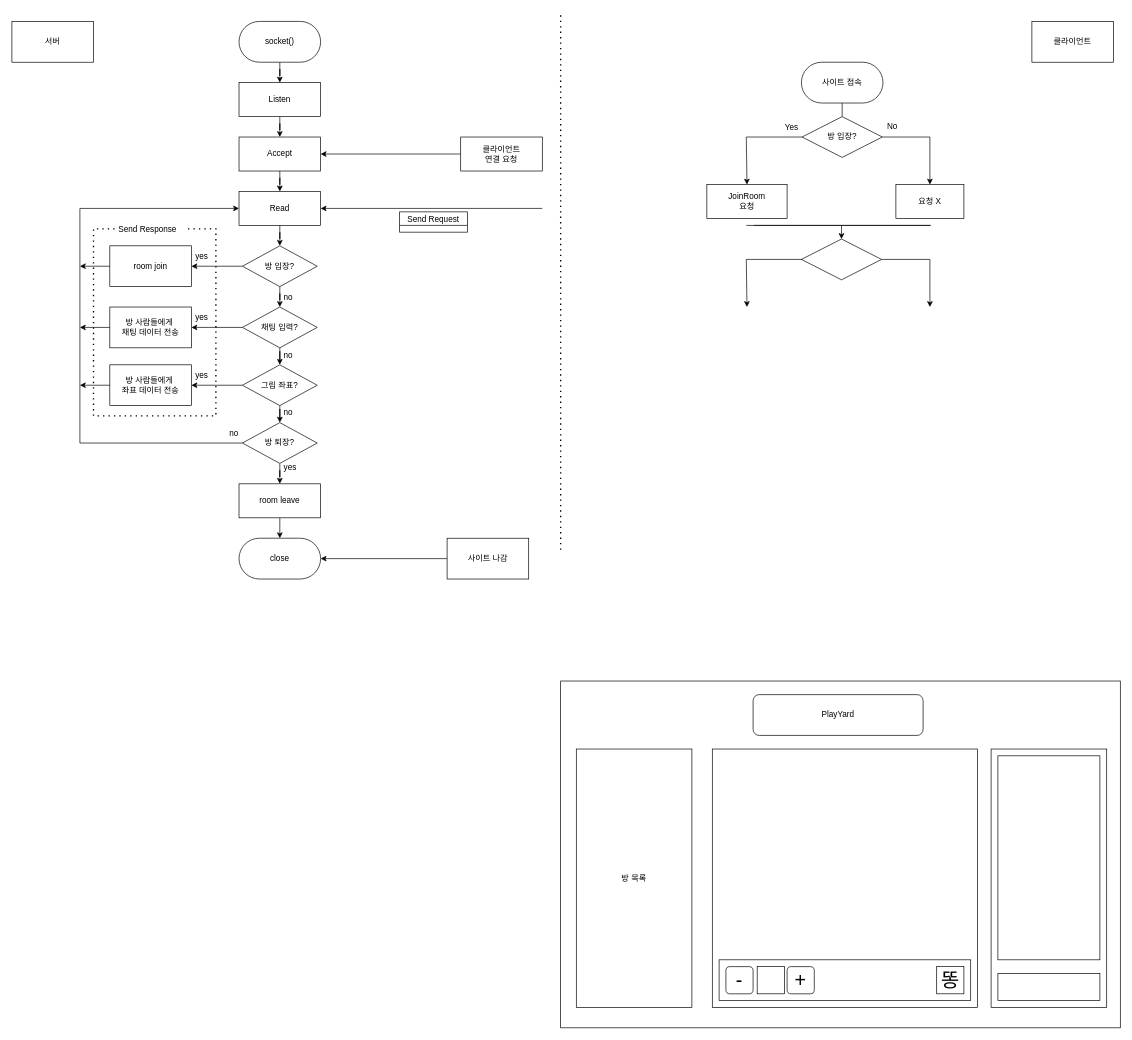
riulwoo/playyard keeps this draw.io diagram as Untitled Diagram.drawio. Above is the earlier version. Source tidied: cells renumbered, new cells numbered last; positions are measured from the earlier drawing's top-left corner, leaving out a move shared by most shapes. Both pictures are drawn from the tidied source at 68%, with x=0, y=0 at pixel (12, 12).
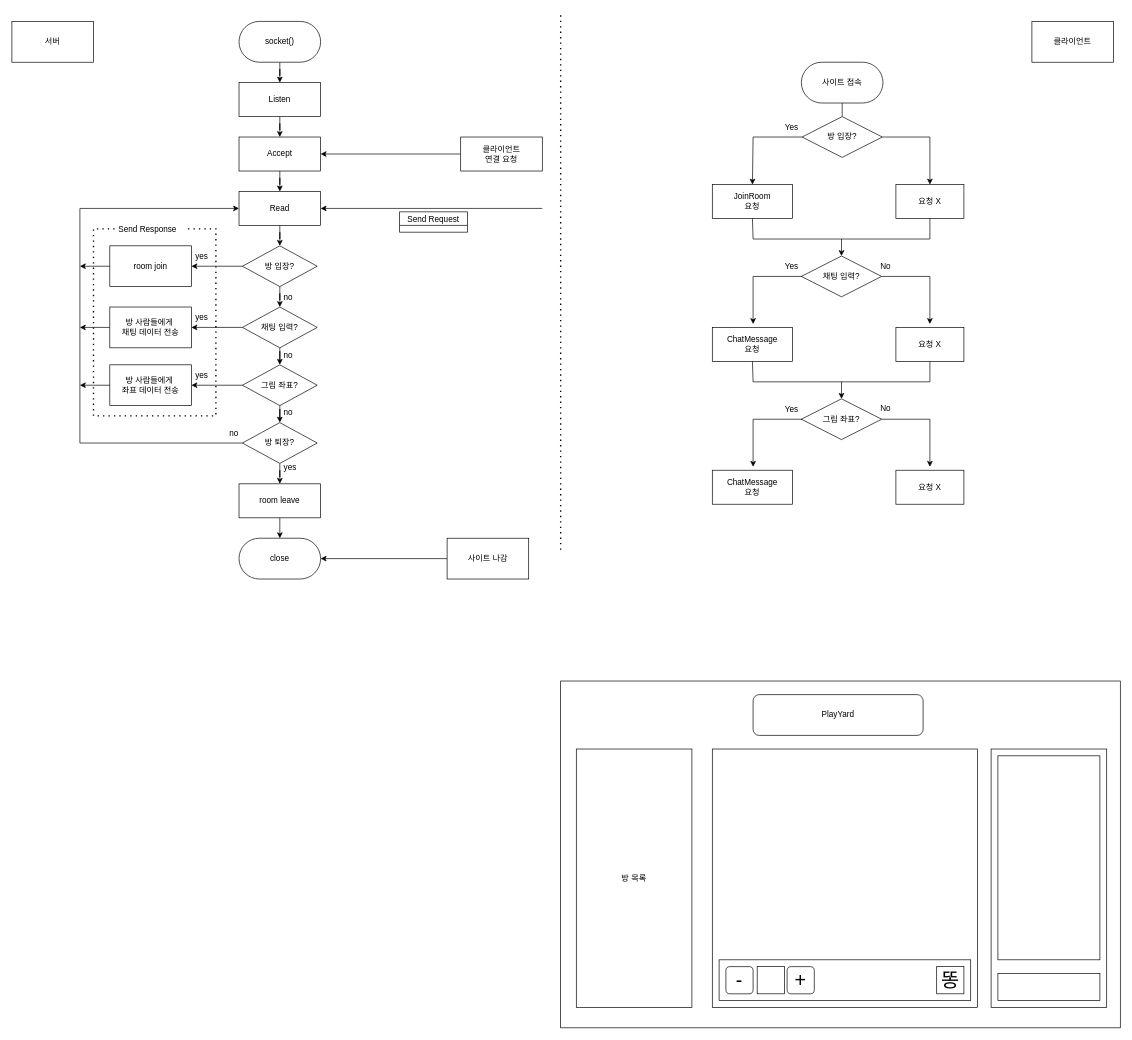
Above is the later version.

The change refers to these unchanged cells:
```xml
<mxCell id="22" value="방 입장?" style="rhombus;whiteSpace=wrap;html=1;" parent="1" vertex="1">
  <mxGeometry x="1162" y="153" width="118" height="60" as="geometry" />
</mxCell>
<mxCell id="40" value="요청 X" style="rounded=0;whiteSpace=wrap;html=1;" parent="1" vertex="1">
  <mxGeometry x="1300" y="253" width="100" height="50" as="geometry" />
</mxCell>
```

Diff of the diagram source:
```diff
@@
     <mxCell id="24" style="endArrow=classic;html=1;rounded=0;exitX=0;exitY=0.5;exitDx=0;exitDy=0;entryX=0.5;entryY=0;entryDx=0;entryDy=0;" parent="1" edge="1" source="22" target="27">
       <mxGeometry relative="1" as="geometry">
         <Array as="points">
-          <mxPoint x="1080" y="183" />
+          <mxPoint x="1090" y="183" />
         </Array>
       </mxGeometry>
     </mxCell>
@@
     <mxCell id="27" value="JoinRoom&lt;br&gt;요청" style="rounded=0;whiteSpace=wrap;html=1;" parent="1" vertex="1">
-      <mxGeometry x="1022" y="253" width="118" height="50" as="geometry" />
+      <mxGeometry x="1030" y="253" width="118" height="50" as="geometry" />
     </mxCell>
@@
     <mxCell id="30" value="No" style="text;html=1;strokeColor=none;fillColor=none;align=center;verticalAlign=middle;whiteSpace=wrap;rounded=0;" parent="1" vertex="1">
-      <mxGeometry x="1280" y="153" width="30" height="30" as="geometry" />
+      <mxGeometry x="1270" y="358" width="30" height="30" as="geometry" />
     </mxCell>
@@
-    <mxCell id="42" style="rhombus;whiteSpace=wrap;html=1;" parent="1" vertex="1">
-      <mxGeometry x="1161" y="333" width="118" height="60" as="geometry" />
+    <mxCell id="42" value="채팅 입력?" style="rhombus;whiteSpace=wrap;html=1;" parent="1" vertex="1">
+      <mxGeometry x="1161" y="358" width="118" height="60" as="geometry" />
     </mxCell>
@@
     <mxCell id="44" style="endArrow=classic;html=1;rounded=0;exitX=1;exitY=0.5;exitDx=0;exitDy=0;" parent="1" edge="1" source="42">
       <mxGeometry relative="1" as="geometry">
-        <mxPoint x="1350" y="433" as="targetPoint" />
+        <mxPoint x="1350" y="458" as="targetPoint" />
         <Array as="points">
-          <mxPoint x="1350" y="363" />
+          <mxPoint x="1350" y="388" />
         </Array>
       </mxGeometry>
     </mxCell>
@@
-    <mxCell id="46" style="endArrow=classic;html=1;rounded=0;exitX=0;exitY=0.5;exitDx=0;exitDy=0;entryX=0.5;entryY=0;entryDx=0;entryDy=0;" parent="1" edge="1">
+    <mxCell id="46" style="endArrow=classic;html=1;rounded=0;exitX=0;exitY=0.5;exitDx=0;exitDy=0;" parent="1" edge="1">
       <mxGeometry relative="1" as="geometry">
-        <mxPoint x="1162" y="363" as="sourcePoint" />
-        <mxPoint x="1081" y="433" as="targetPoint" />
+        <mxPoint x="1162" y="388" as="sourcePoint" />
+        <mxPoint x="1090" y="458" as="targetPoint" />
         <Array as="points">
-          <mxPoint x="1080" y="363" />
+          <mxPoint x="1090" y="388" />
         </Array>
       </mxGeometry>
     </mxCell>
@@
-    <mxCell id="48" style="endArrow=none;html=1;rounded=0;" parent="1" edge="1">
+    <mxCell id="48" style="endArrow=none;html=1;rounded=0;exitX=0.5;exitY=1;exitDx=0;exitDy=0;entryX=0.5;entryY=1;entryDx=0;entryDy=0;" parent="1" edge="1" source="27" target="40">
       <mxGeometry relative="1" as="geometry">
-        <mxPoint x="1091" y="313" as="sourcePoint" />
-        <mxPoint x="1351" y="313" as="targetPoint" />
+        <Array as="points">
+          <mxPoint x="1090" y="333" />
+          <mxPoint x="1350" y="333" />
+        </Array>
       </mxGeometry>
     </mxCell>
@@
     <mxCell id="50" style="endArrow=classic;html=1;rounded=0;entryX=0.5;entryY=0;entryDx=0;entryDy=0;" parent="1" edge="1" target="42">
       <mxGeometry relative="1" as="geometry">
-        <mxPoint x="1220" y="313" as="sourcePoint" />
+        <mxPoint x="1220" y="333" as="sourcePoint" />
       </mxGeometry>
     </mxCell>
@@
-    <mxCell id="52" style="endArrow=none;html=1;rounded=0;" parent="1" edge="1">
-      <mxGeometry relative="1" as="geometry">
-        <mxPoint x="1080" y="313" as="sourcePoint" />
-        <mxPoint x="1351" y="313" as="targetPoint" />
-      </mxGeometry>
-    </mxCell>
@@
+    <mxCell id="77" value="ChatMessage&lt;br&gt;요청" style="rounded=0;whiteSpace=wrap;html=1;" parent="1" vertex="1">
+      <mxGeometry x="1030" y="463" width="118" height="50" as="geometry" />
+    </mxCell>
@@
+    <mxCell id="78" value="요청 X" style="rounded=0;whiteSpace=wrap;html=1;" parent="1" vertex="1">
+      <mxGeometry x="1300" y="463" width="100" height="50" as="geometry" />
+    </mxCell>
@@
+    <mxCell id="79" value="Yes" style="text;strokeColor=none;fillColor=none;align=left;verticalAlign=middle;spacingLeft=4;spacingRight=4;overflow=hidden;" parent="1" vertex="1">
+      <mxGeometry x="1131" y="358" width="30" height="30" as="geometry" />
+    </mxCell>
+    <mxCell id="80" value="No" style="text;html=1;strokeColor=none;fillColor=none;align=center;verticalAlign=middle;whiteSpace=wrap;rounded=0;" parent="1" vertex="1">
+      <mxGeometry x="1270" y="568" width="30" height="30" as="geometry" />
+    </mxCell>
+    <mxCell id="81" value="그림 좌표?" style="rhombus;whiteSpace=wrap;html=1;" parent="1" vertex="1">
+      <mxGeometry x="1161" y="568" width="118" height="60" as="geometry" />
+    </mxCell>
+    <mxCell id="82" style="endArrow=classic;html=1;rounded=0;exitX=1;exitY=0.5;exitDx=0;exitDy=0;" parent="1" edge="1" source="81">
+      <mxGeometry relative="1" as="geometry">
+        <mxPoint x="1350" y="668" as="targetPoint" />
+        <Array as="points">
+          <mxPoint x="1350" y="598" />
+        </Array>
+      </mxGeometry>
+    </mxCell>
+    <mxCell id="83" style="endArrow=classic;html=1;rounded=0;exitX=0;exitY=0.5;exitDx=0;exitDy=0;" parent="1" edge="1">
+      <mxGeometry relative="1" as="geometry">
+        <mxPoint x="1162" y="598" as="sourcePoint" />
+        <mxPoint x="1090" y="668" as="targetPoint" />
+        <Array as="points">
+          <mxPoint x="1090" y="598" />
+        </Array>
+      </mxGeometry>
+    </mxCell>
+    <mxCell id="84" style="endArrow=none;html=1;rounded=0;exitX=0.5;exitY=1;exitDx=0;exitDy=0;entryX=0.5;entryY=1;entryDx=0;entryDy=0;" parent="1" edge="1">
+      <mxGeometry relative="1" as="geometry">
+        <mxPoint x="1089" y="513" as="sourcePoint" />
+        <mxPoint x="1350" y="513" as="targetPoint" />
+        <Array as="points">
+          <mxPoint x="1090" y="543" />
+          <mxPoint x="1350" y="543" />
+        </Array>
+      </mxGeometry>
+    </mxCell>
+    <mxCell id="85" style="endArrow=classic;html=1;rounded=0;entryX=0.5;entryY=0;entryDx=0;entryDy=0;" parent="1" edge="1" target="81">
+      <mxGeometry relative="1" as="geometry">
+        <mxPoint x="1220" y="543" as="sourcePoint" />
+      </mxGeometry>
+    </mxCell>
+    <mxCell id="86" value="ChatMessage&lt;br&gt;요청" style="rounded=0;whiteSpace=wrap;html=1;" parent="1" vertex="1">
+      <mxGeometry x="1030" y="673" width="118" height="50" as="geometry" />
+    </mxCell>
+    <mxCell id="87" value="요청 X" style="rounded=0;whiteSpace=wrap;html=1;" parent="1" vertex="1">
+      <mxGeometry x="1300" y="673" width="100" height="50" as="geometry" />
+    </mxCell>
+    <mxCell id="88" value="Yes" style="text;strokeColor=none;fillColor=none;align=left;verticalAlign=middle;spacingLeft=4;spacingRight=4;overflow=hidden;" parent="1" vertex="1">
+      <mxGeometry x="1131" y="568" width="30" height="30" as="geometry" />
+    </mxCell>
```
